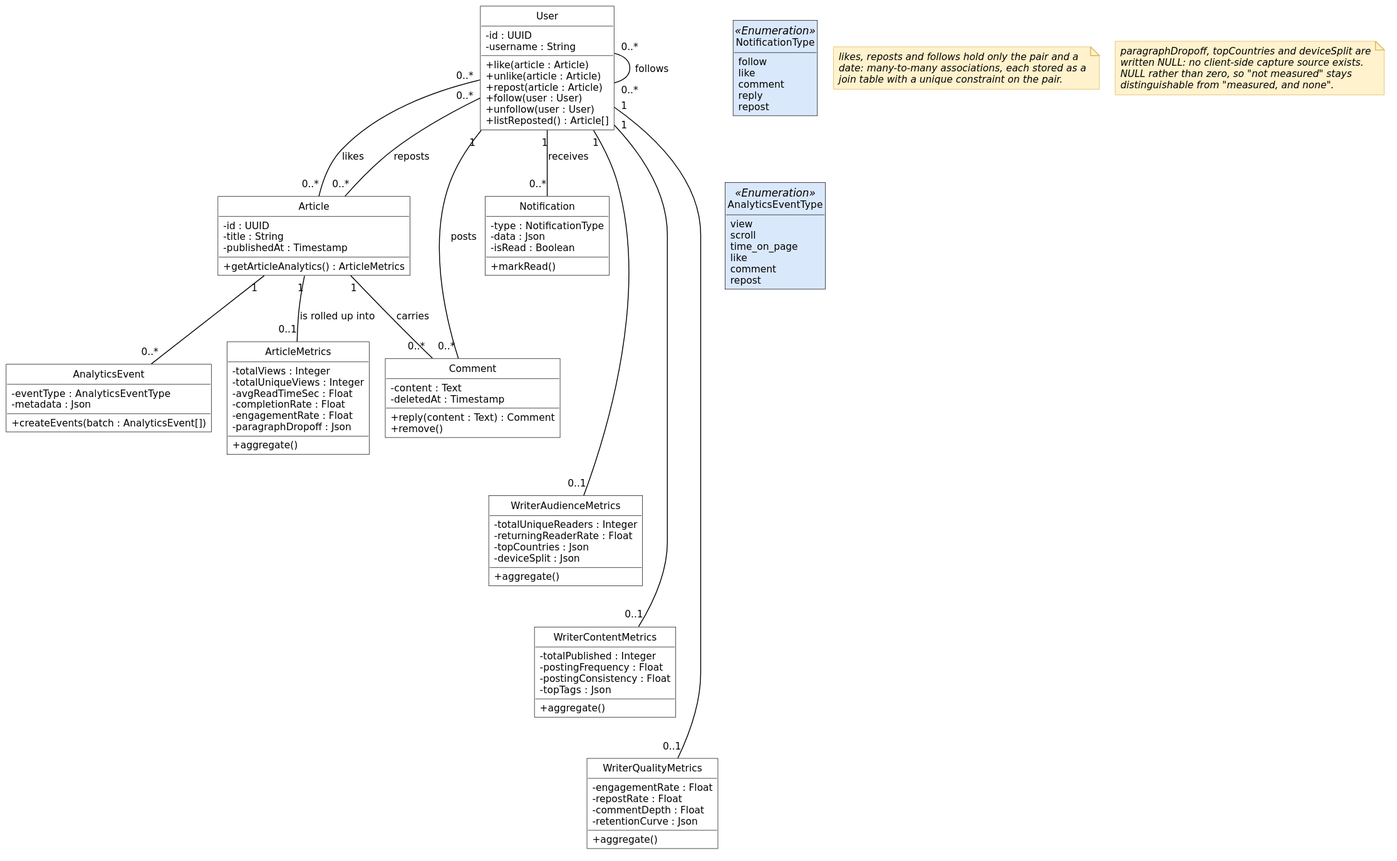
Before: diagrams/fig-5-2-classes-sprint-3/fig-5-2-classes-sprint-3.svg, a diagram exported from PlantUML (inkwell-dev/spec.inkwell.ai).
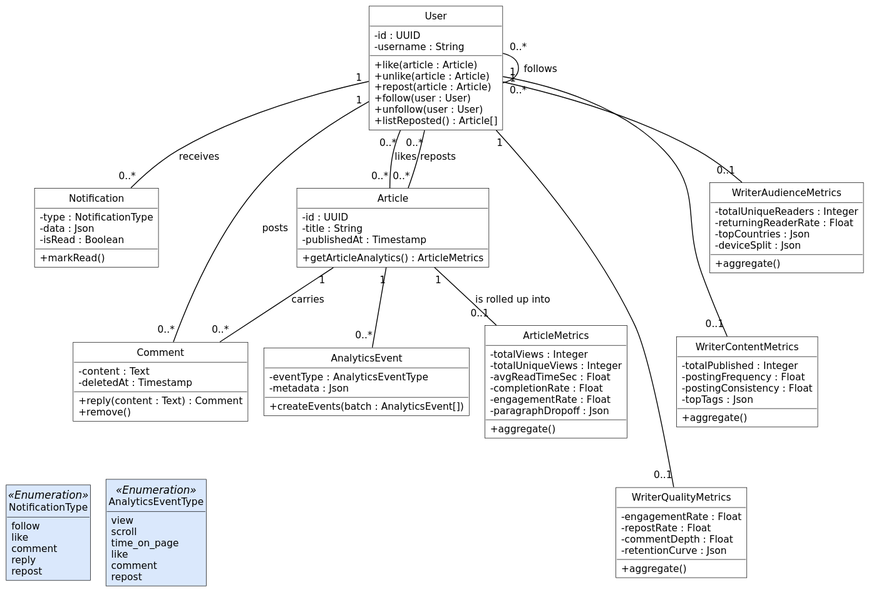
Above is the later version.

What changed in the source:
```diff
@@ -97,21 +97,8 @@
 User "1" -- "0..1" WriterContentMetrics
 User "1" -- "0..1" WriterQualityMetrics
 
-note as N0
-  likes, reposts and follows hold only the pair and a
-  date: many-to-many associations, each stored as a
-  join table with a unique constraint on the pair.
-end note
-
-note as N1
-  paragraphDropoff, topCountries and deviceSplit are
-  written NULL: no client-side capture source exists.
-  NULL rather than zero, so "not measured" stays
-  distinguishable from "measured, and none".
-end note
-
-ArticleMetrics -[hidden]down- WriterAudienceMetrics
 WriterAudienceMetrics -[hidden]down- WriterContentMetrics
 WriterContentMetrics -[hidden]down- WriterQualityMetrics
-NotificationType -[hidden]down- AnalyticsEventType
+Notification -[hidden]-- NotificationType
+NotificationType -[hidden]right- AnalyticsEventType
 @enduml
```
